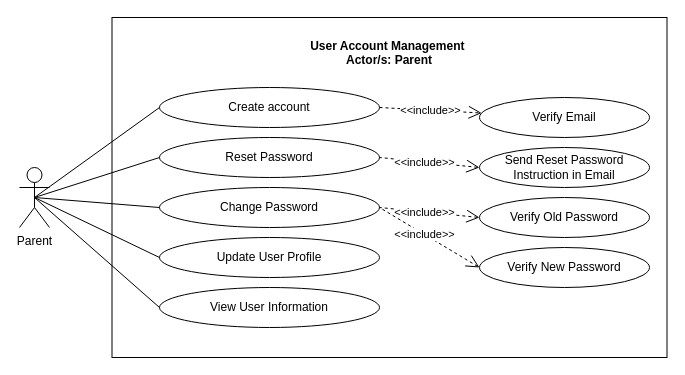
Before: page "User Management System" (3 of 10) of REVISIONS/UML-DIAGRAMS/6-28-2021/USE CASE/use case.drawio in mrklglsn/CAPSTONE-FILES, a draw.io diagram. Source tidied: cells renumbered, new cells numbered last; positions are measured from the earlier drawing's top-left corner, leaving out a move shared by most shapes. Both pictures are drawn from the tidied source at 100%, with x=0, y=0 at pixel (19, 17).
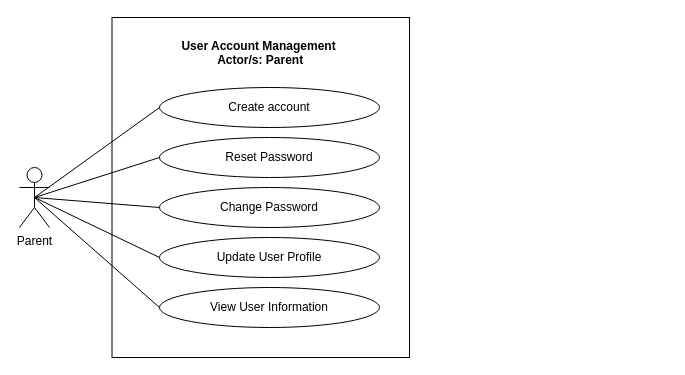
After the change.

Unchanged cells that the change refers to:
```xml
<mxCell id="9" value="Reset Password" style="ellipse;whiteSpace=wrap;html=1;fillColor=none;" parent="1" vertex="1">
  <mxGeometry x="140" y="120" width="220" height="40" as="geometry" />
</mxCell>
<mxCell id="15" value="Create account" style="ellipse;whiteSpace=wrap;html=1;fillColor=none;" parent="1" vertex="1">
  <mxGeometry x="140" y="70" width="220" height="40" as="geometry" />
</mxCell>
<mxCell id="17" value="Change Password" style="ellipse;whiteSpace=wrap;html=1;fillColor=none;" parent="1" vertex="1">
  <mxGeometry x="140" y="170" width="220" height="40" as="geometry" />
</mxCell>
```

What changed in the source:
```diff
@@
     <mxCell id="2" style="html=1;fillColor=none;" parent="1" vertex="1">
-      <mxGeometry x="92.5" width="555" height="340" as="geometry" />
+      <mxGeometry x="92.5" width="297.5" height="340" as="geometry" />
     </mxCell>
@@
     <mxCell id="8" value="User Account Management &#10;Actor/s: Parent" style="text;align=center;fontStyle=1;verticalAlign=middle;spacingLeft=3;spacingRight=3;strokeColor=none;fillColor=none;" parent="1" vertex="1">
-      <mxGeometry x="210" y="20" width="320" height="30" as="geometry" />
+      <mxGeometry x="81.2" y="20" width="320" height="30" as="geometry" />
     </mxCell>
@@
-    <mxCell id="10" value="Send Reset Password Instruction in Email" style="ellipse;whiteSpace=wrap;html=1;fillColor=none;" parent="1" vertex="1">
-      <mxGeometry x="460" y="130" width="170" height="40" as="geometry" />
-    </mxCell>
-    <mxCell id="11" style="edgeStyle=none;rounded=0;jumpStyle=arc;jumpSize=14;jettySize=auto;html=1;exitX=0;exitY=0.5;exitDx=0;exitDy=0;dashed=1;startArrow=open;startFill=0;endArrow=none;endFill=0;startSize=11;endSize=11;entryX=1;entryY=0.5;entryDx=0;entryDy=0;" parent="1" edge="1" source="10" target="9">
-      <mxGeometry relative="1" as="geometry" />
-    </mxCell>
-    <mxCell id="12" value="&amp;lt;&amp;lt;include&amp;gt;&amp;gt;" style="edgeLabel;html=1;align=center;verticalAlign=middle;" parent="11" vertex="1">
-      <mxGeometry x="0.11" relative="1" as="geometry" />
-    </mxCell>
@@
-    <mxCell id="14" value="&amp;lt;&amp;lt;include&amp;gt;&amp;gt;" style="edgeStyle=none;rounded=0;jumpStyle=arc;jumpSize=11;jettySize=auto;html=1;exitX=1;exitY=0.5;exitDx=0;exitDy=0;endArrow=open;endFill=0;dashed=1;endSize=11;" parent="1" edge="1" source="15" target="16">
-      <mxGeometry relative="1" as="geometry" />
-    </mxCell>
@@
-    <mxCell id="16" value="Verify Email" style="ellipse;whiteSpace=wrap;html=1;fillColor=none;" parent="1" vertex="1">
-      <mxGeometry x="460" y="80" width="170" height="40" as="geometry" />
-    </mxCell>
@@
-    <mxCell id="18" value="Verify Old Password" style="ellipse;whiteSpace=wrap;html=1;fillColor=none;" parent="1" vertex="1">
-      <mxGeometry x="460" y="180" width="170" height="40" as="geometry" />
-    </mxCell>
-    <mxCell id="19" style="edgeStyle=none;rounded=0;jumpStyle=arc;jumpSize=14;jettySize=auto;html=1;dashed=1;startArrow=open;startFill=0;endArrow=none;endFill=0;startSize=11;endSize=11;entryX=1;entryY=0.5;entryDx=0;entryDy=0;" parent="1" edge="1" target="17">
-      <mxGeometry relative="1" as="geometry">
-        <mxPoint x="460" y="200" as="sourcePoint" />
-      </mxGeometry>
-    </mxCell>
-    <mxCell id="20" value="&amp;lt;&amp;lt;include&amp;gt;&amp;gt;" style="edgeLabel;html=1;align=center;verticalAlign=middle;" parent="19" vertex="1">
-      <mxGeometry x="0.11" relative="1" as="geometry" />
-    </mxCell>
@@
-    <mxCell id="23" value="Verify New Password" style="ellipse;whiteSpace=wrap;html=1;fillColor=none;" parent="1" vertex="1">
-      <mxGeometry x="460" y="230" width="170" height="40" as="geometry" />
-    </mxCell>
-    <mxCell id="24" style="edgeStyle=none;rounded=0;jumpStyle=arc;jumpSize=14;jettySize=auto;html=1;dashed=1;startArrow=open;startFill=0;endArrow=none;endFill=0;startSize=11;endSize=11;entryX=1;entryY=0.5;entryDx=0;entryDy=0;exitX=0;exitY=0.5;exitDx=0;exitDy=0;" parent="1" edge="1" source="23" target="17">
-      <mxGeometry relative="1" as="geometry" />
-    </mxCell>
-    <mxCell id="25" value="&amp;lt;&amp;lt;include&amp;gt;&amp;gt;" style="edgeLabel;html=1;align=center;verticalAlign=middle;" parent="24" vertex="1">
-      <mxGeometry x="0.11" relative="1" as="geometry" />
-    </mxCell>
```
